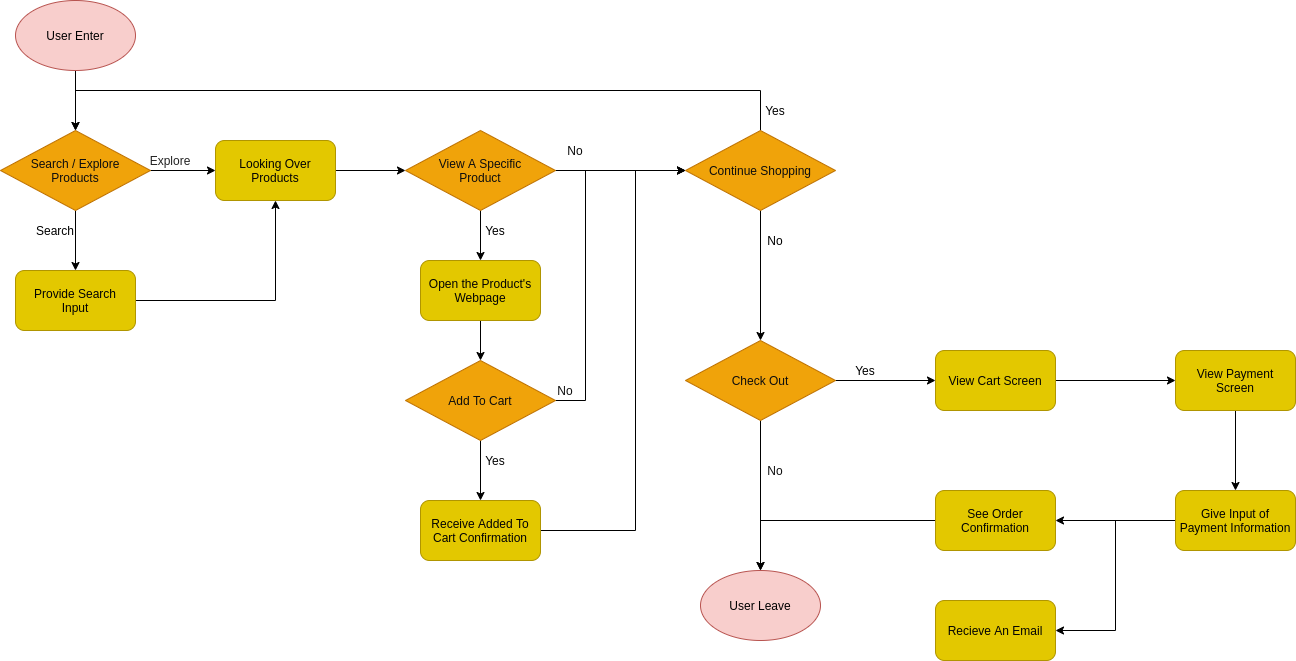
Earlier version of the draw.io export part2/part2.drawio.png (r2zheng/sp21-cse110-lab4). Source tidied: cells renumbered, new cells last; positions are measured from the earlier drawing's top-left corner, leaving out a move shared by most shapes. Its diagram source:
```xml
<mxGraphModel background="#FFFFFF">
  <root>
    <mxCell id="0" />
    <mxCell id="1" parent="0" />
    <mxCell id="2" style="edgeStyle=orthogonalEdgeStyle;rounded=0;jettySize=auto;html=1;exitX=0.5;exitY=1;exitDx=0;exitDy=0;entryX=0.5;entryY=0;entryDx=0;entryDy=0;fontColor=#0D0D0D;" parent="1" edge="1" source="3" target="7">
      <mxGeometry relative="1" as="geometry" />
    </mxCell>
    <mxCell id="3" value="User Enter" style="ellipse;whiteSpace=wrap;html=1;fillColor=#f8cecc;strokeColor=#b85450;fontColor=#000000;" parent="1" vertex="1">
      <mxGeometry x="15" width="120" height="70" as="geometry" />
    </mxCell>
    <mxCell id="4" value="User Leave" style="ellipse;whiteSpace=wrap;html=1;fillColor=#f8cecc;strokeColor=#b85450;fontColor=#000000;" parent="1" vertex="1">
      <mxGeometry x="700" y="570" width="120" height="70" as="geometry" />
    </mxCell>
    <mxCell id="5" style="edgeStyle=orthogonalEdgeStyle;rounded=0;jettySize=auto;html=1;exitX=0.5;exitY=1;exitDx=0;exitDy=0;fontColor=#030303;" parent="1" edge="1" source="7" target="9">
      <mxGeometry relative="1" as="geometry" />
    </mxCell>
    <mxCell id="6" style="edgeStyle=orthogonalEdgeStyle;rounded=0;jettySize=auto;html=1;exitX=1;exitY=0.5;exitDx=0;exitDy=0;entryX=0;entryY=0.5;entryDx=0;entryDy=0;fontColor=#FFFFFF;" parent="1" edge="1" source="7" target="12">
      <mxGeometry relative="1" as="geometry" />
    </mxCell>
    <mxCell id="7" value="Search / Explore&lt;br&gt;Products" style="rhombus;whiteSpace=wrap;html=1;fillColor=#f0a30a;strokeColor=#BD7000;fontColor=#0D0D0D;" parent="1" vertex="1">
      <mxGeometry y="130" width="150" height="80" as="geometry" />
    </mxCell>
    <mxCell id="8" style="edgeStyle=orthogonalEdgeStyle;rounded=0;jettySize=auto;html=1;exitX=1;exitY=0.5;exitDx=0;exitDy=0;entryX=0.5;entryY=1;entryDx=0;entryDy=0;fontColor=#FFFFFF;" parent="1" edge="1" source="9" target="12">
      <mxGeometry relative="1" as="geometry" />
    </mxCell>
    <mxCell id="9" value="Provide Search&lt;br&gt;Input" style="rounded=1;whiteSpace=wrap;html=1;fillColor=#e3c800;strokeColor=#B09500;fontColor=#030303;" parent="1" vertex="1">
      <mxGeometry x="15" y="270" width="120" height="60" as="geometry" />
    </mxCell>
    <mxCell id="10" value="Search" style="text;html=1;strokeColor=none;fillColor=none;align=center;verticalAlign=middle;whiteSpace=wrap;rounded=0;fontColor=#000000;" parent="1" vertex="1">
      <mxGeometry x="35" y="220" width="40" height="20" as="geometry" />
    </mxCell>
    <mxCell id="11" style="edgeStyle=orthogonalEdgeStyle;rounded=0;jettySize=auto;html=1;exitX=1;exitY=0.5;exitDx=0;exitDy=0;entryX=0;entryY=0.5;entryDx=0;entryDy=0;fontColor=#FFFFFF;" parent="1" edge="1" source="12" target="16">
      <mxGeometry relative="1" as="geometry" />
    </mxCell>
    <mxCell id="12" value="Looking Over&lt;br&gt;Products" style="rounded=1;whiteSpace=wrap;html=1;fillColor=#e3c800;strokeColor=#B09500;fontColor=#030303;" parent="1" vertex="1">
      <mxGeometry x="215" y="140" width="120" height="60" as="geometry" />
    </mxCell>
    <mxCell id="13" value="Explore" style="text;html=1;strokeColor=none;fillColor=none;align=center;verticalAlign=middle;whiteSpace=wrap;rounded=0;fontColor=#242424;" parent="1" vertex="1">
      <mxGeometry x="150" y="150" width="40" height="20" as="geometry" />
    </mxCell>
    <mxCell id="14" style="edgeStyle=orthogonalEdgeStyle;rounded=0;jettySize=auto;html=1;exitX=0.5;exitY=1;exitDx=0;exitDy=0;fontColor=#FFFFFF;" parent="1" edge="1" source="16" target="21">
      <mxGeometry relative="1" as="geometry" />
    </mxCell>
    <mxCell id="15" style="edgeStyle=orthogonalEdgeStyle;rounded=0;jettySize=auto;html=1;exitX=1;exitY=0.5;exitDx=0;exitDy=0;entryX=0;entryY=0.5;entryDx=0;entryDy=0;fontColor=#FFFFFF;" parent="1" edge="1" source="16" target="25">
      <mxGeometry relative="1" as="geometry" />
    </mxCell>
    <mxCell id="16" value="View A Specific&lt;br&gt;Product" style="rhombus;whiteSpace=wrap;html=1;fillColor=#f0a30a;strokeColor=#BD7000;fontColor=#0D0D0D;" parent="1" vertex="1">
      <mxGeometry x="405" y="130" width="150" height="80" as="geometry" />
    </mxCell>
    <mxCell id="17" style="edgeStyle=orthogonalEdgeStyle;rounded=0;jettySize=auto;html=1;exitX=1;exitY=0.5;exitDx=0;exitDy=0;fontColor=#FFFFFF;" parent="1" edge="1" source="19">
      <mxGeometry relative="1" as="geometry">
        <mxPoint x="685" y="170" as="targetPoint" />
        <Array as="points">
          <mxPoint x="585" y="400" />
          <mxPoint x="585" y="170" />
        </Array>
      </mxGeometry>
    </mxCell>
    <mxCell id="18" style="edgeStyle=orthogonalEdgeStyle;rounded=0;jettySize=auto;html=1;exitX=0.5;exitY=1;exitDx=0;exitDy=0;entryX=0.5;entryY=0;entryDx=0;entryDy=0;fontColor=#FFFFFF;" parent="1" edge="1" source="19" target="28">
      <mxGeometry relative="1" as="geometry" />
    </mxCell>
    <mxCell id="19" value="Add To Cart" style="rhombus;whiteSpace=wrap;html=1;fillColor=#f0a30a;strokeColor=#BD7000;fontColor=#0D0D0D;" parent="1" vertex="1">
      <mxGeometry x="405" y="360" width="150" height="80" as="geometry" />
    </mxCell>
    <mxCell id="20" style="edgeStyle=orthogonalEdgeStyle;rounded=0;jettySize=auto;html=1;exitX=0.5;exitY=1;exitDx=0;exitDy=0;entryX=0.5;entryY=0;entryDx=0;entryDy=0;fontColor=#FFFFFF;" parent="1" edge="1" source="21" target="19">
      <mxGeometry relative="1" as="geometry" />
    </mxCell>
    <mxCell id="21" value="Open the Product's&lt;br&gt;Webpage" style="rounded=1;whiteSpace=wrap;html=1;fillColor=#e3c800;strokeColor=#B09500;fontColor=#030303;" parent="1" vertex="1">
      <mxGeometry x="420" y="260" width="120" height="60" as="geometry" />
    </mxCell>
    <mxCell id="22" value="Yes" style="text;html=1;strokeColor=none;fillColor=none;align=center;verticalAlign=middle;whiteSpace=wrap;rounded=0;fontColor=#000000;" parent="1" vertex="1">
      <mxGeometry x="475" y="220" width="40" height="20" as="geometry" />
    </mxCell>
    <mxCell id="23" style="edgeStyle=orthogonalEdgeStyle;rounded=0;jettySize=auto;html=1;exitX=0.5;exitY=1;exitDx=0;exitDy=0;entryX=0.5;entryY=0;entryDx=0;entryDy=0;fontColor=#FFFFFF;" parent="1" edge="1" source="25" target="33">
      <mxGeometry relative="1" as="geometry" />
    </mxCell>
    <mxCell id="24" style="edgeStyle=orthogonalEdgeStyle;rounded=0;jettySize=auto;html=1;exitX=0.5;exitY=0;exitDx=0;exitDy=0;fontColor=#FFFFFF;entryX=0.5;entryY=0;entryDx=0;entryDy=0;" parent="1" edge="1" source="25" target="7">
      <mxGeometry relative="1" as="geometry">
        <Array as="points">
          <mxPoint x="760" y="90" />
          <mxPoint x="75" y="90" />
        </Array>
      </mxGeometry>
    </mxCell>
    <mxCell id="25" value="Continue Shopping" style="rhombus;whiteSpace=wrap;html=1;fillColor=#f0a30a;strokeColor=#BD7000;fontColor=#0D0D0D;" parent="1" vertex="1">
      <mxGeometry x="685" y="130" width="150" height="80" as="geometry" />
    </mxCell>
    <mxCell id="26" value="No" style="text;html=1;strokeColor=none;fillColor=none;align=center;verticalAlign=middle;whiteSpace=wrap;rounded=0;fontColor=#0F0F0F;" parent="1" vertex="1">
      <mxGeometry x="545" y="380" width="40" height="20" as="geometry" />
    </mxCell>
    <mxCell id="27" style="edgeStyle=orthogonalEdgeStyle;rounded=0;jettySize=auto;html=1;exitX=1;exitY=0.5;exitDx=0;exitDy=0;fontColor=#FFFFFF;" parent="1" edge="1" source="28">
      <mxGeometry relative="1" as="geometry">
        <mxPoint x="685" y="170" as="targetPoint" />
        <Array as="points">
          <mxPoint x="635" y="530" />
          <mxPoint x="635" y="170" />
        </Array>
      </mxGeometry>
    </mxCell>
    <mxCell id="28" value="Receive Added To&lt;br&gt;Cart Confirmation" style="rounded=1;whiteSpace=wrap;html=1;fillColor=#e3c800;strokeColor=#B09500;fontColor=#030303;" parent="1" vertex="1">
      <mxGeometry x="420" y="500" width="120" height="60" as="geometry" />
    </mxCell>
    <mxCell id="29" value="Yes" style="text;html=1;strokeColor=none;fillColor=none;align=center;verticalAlign=middle;whiteSpace=wrap;rounded=0;fontColor=#050505;" parent="1" vertex="1">
      <mxGeometry x="475" y="450" width="40" height="20" as="geometry" />
    </mxCell>
    <mxCell id="30" value="No" style="text;html=1;strokeColor=none;fillColor=none;align=center;verticalAlign=middle;whiteSpace=wrap;rounded=0;fontColor=#0A0A0A;" parent="1" vertex="1">
      <mxGeometry x="555" y="140" width="40" height="20" as="geometry" />
    </mxCell>
    <mxCell id="31" style="edgeStyle=orthogonalEdgeStyle;rounded=0;jettySize=auto;html=1;entryX=0.5;entryY=0;entryDx=0;entryDy=0;fontColor=#FFFFFF;" parent="1" edge="1" source="33" target="4">
      <mxGeometry relative="1" as="geometry" />
    </mxCell>
    <mxCell id="32" style="edgeStyle=orthogonalEdgeStyle;rounded=0;jettySize=auto;html=1;exitX=1;exitY=0.5;exitDx=0;exitDy=0;entryX=0;entryY=0.5;entryDx=0;entryDy=0;fontColor=#FFFFFF;" parent="1" edge="1" source="33" target="38">
      <mxGeometry relative="1" as="geometry" />
    </mxCell>
    <mxCell id="33" value="Check Out" style="rhombus;whiteSpace=wrap;html=1;fillColor=#f0a30a;strokeColor=#BD7000;fontColor=#0D0D0D;" parent="1" vertex="1">
      <mxGeometry x="685" y="340" width="150" height="80" as="geometry" />
    </mxCell>
    <mxCell id="34" value="No" style="text;html=1;strokeColor=none;fillColor=none;align=center;verticalAlign=middle;whiteSpace=wrap;rounded=0;fontColor=#000000;" parent="1" vertex="1">
      <mxGeometry x="755" y="230" width="40" height="20" as="geometry" />
    </mxCell>
    <mxCell id="35" value="No" style="text;html=1;strokeColor=none;fillColor=none;align=center;verticalAlign=middle;whiteSpace=wrap;rounded=0;fontColor=#0F0F0F;" parent="1" vertex="1">
      <mxGeometry x="755" y="460" width="40" height="20" as="geometry" />
    </mxCell>
    <mxCell id="36" value="Yes" style="text;html=1;strokeColor=none;fillColor=none;align=center;verticalAlign=middle;whiteSpace=wrap;rounded=0;fontColor=#030303;" parent="1" vertex="1">
      <mxGeometry x="755" y="100" width="40" height="20" as="geometry" />
    </mxCell>
    <mxCell id="37" style="edgeStyle=orthogonalEdgeStyle;rounded=0;jettySize=auto;html=1;exitX=1;exitY=0.5;exitDx=0;exitDy=0;entryX=0;entryY=0.5;entryDx=0;entryDy=0;fontColor=#FFFFFF;" parent="1" edge="1" source="38" target="41">
      <mxGeometry relative="1" as="geometry" />
    </mxCell>
    <mxCell id="38" value="View Cart Screen" style="rounded=1;whiteSpace=wrap;html=1;fillColor=#e3c800;strokeColor=#B09500;fontColor=#030303;" parent="1" vertex="1">
      <mxGeometry x="935" y="350" width="120" height="60" as="geometry" />
    </mxCell>
    <mxCell id="39" value="Yes" style="text;html=1;strokeColor=none;fillColor=none;align=center;verticalAlign=middle;whiteSpace=wrap;rounded=0;fontColor=#000000;" parent="1" vertex="1">
      <mxGeometry x="845" y="360" width="40" height="20" as="geometry" />
    </mxCell>
    <mxCell id="40" style="edgeStyle=orthogonalEdgeStyle;rounded=0;jettySize=auto;html=1;exitX=0.5;exitY=1;exitDx=0;exitDy=0;entryX=0.5;entryY=0;entryDx=0;entryDy=0;fontColor=#FFFFFF;" parent="1" edge="1" source="41" target="44">
      <mxGeometry relative="1" as="geometry" />
    </mxCell>
    <mxCell id="41" value="View Payment&lt;br&gt;Screen" style="rounded=1;whiteSpace=wrap;html=1;fillColor=#e3c800;strokeColor=#B09500;fontColor=#030303;" parent="1" vertex="1">
      <mxGeometry x="1175" y="350" width="120" height="60" as="geometry" />
    </mxCell>
    <mxCell id="42" style="edgeStyle=orthogonalEdgeStyle;rounded=0;jettySize=auto;html=1;exitX=0;exitY=0.5;exitDx=0;exitDy=0;entryX=1;entryY=0.5;entryDx=0;entryDy=0;fontColor=#FFFFFF;" parent="1" edge="1" source="44" target="46">
      <mxGeometry relative="1" as="geometry" />
    </mxCell>
    <mxCell id="43" style="edgeStyle=orthogonalEdgeStyle;rounded=0;jettySize=auto;html=1;exitX=0;exitY=0.5;exitDx=0;exitDy=0;entryX=1;entryY=0.5;entryDx=0;entryDy=0;fontColor=#FFFFFF;" parent="1" edge="1" source="44" target="47">
      <mxGeometry relative="1" as="geometry" />
    </mxCell>
    <mxCell id="44" value="Give Input of&lt;br&gt;Payment Information" style="rounded=1;whiteSpace=wrap;html=1;fillColor=#e3c800;strokeColor=#B09500;fontColor=#030303;" parent="1" vertex="1">
      <mxGeometry x="1175" y="490" width="120" height="60" as="geometry" />
    </mxCell>
    <mxCell id="45" style="edgeStyle=orthogonalEdgeStyle;rounded=0;jettySize=auto;html=1;exitX=0;exitY=0.5;exitDx=0;exitDy=0;entryX=0.5;entryY=0;entryDx=0;entryDy=0;fontColor=#FFFFFF;" parent="1" edge="1" source="46" target="4">
      <mxGeometry relative="1" as="geometry" />
    </mxCell>
    <mxCell id="46" value="See Order&lt;br&gt;Confirmation" style="rounded=1;whiteSpace=wrap;html=1;fillColor=#e3c800;strokeColor=#B09500;fontColor=#030303;" parent="1" vertex="1">
      <mxGeometry x="935" y="490" width="120" height="60" as="geometry" />
    </mxCell>
    <mxCell id="47" value="Recieve An Email" style="rounded=1;whiteSpace=wrap;html=1;fillColor=#e3c800;strokeColor=#B09500;fontColor=#030303;" parent="1" vertex="1">
      <mxGeometry x="935" y="600" width="120" height="60" as="geometry" />
    </mxCell>
  </root>
</mxGraphModel>
```
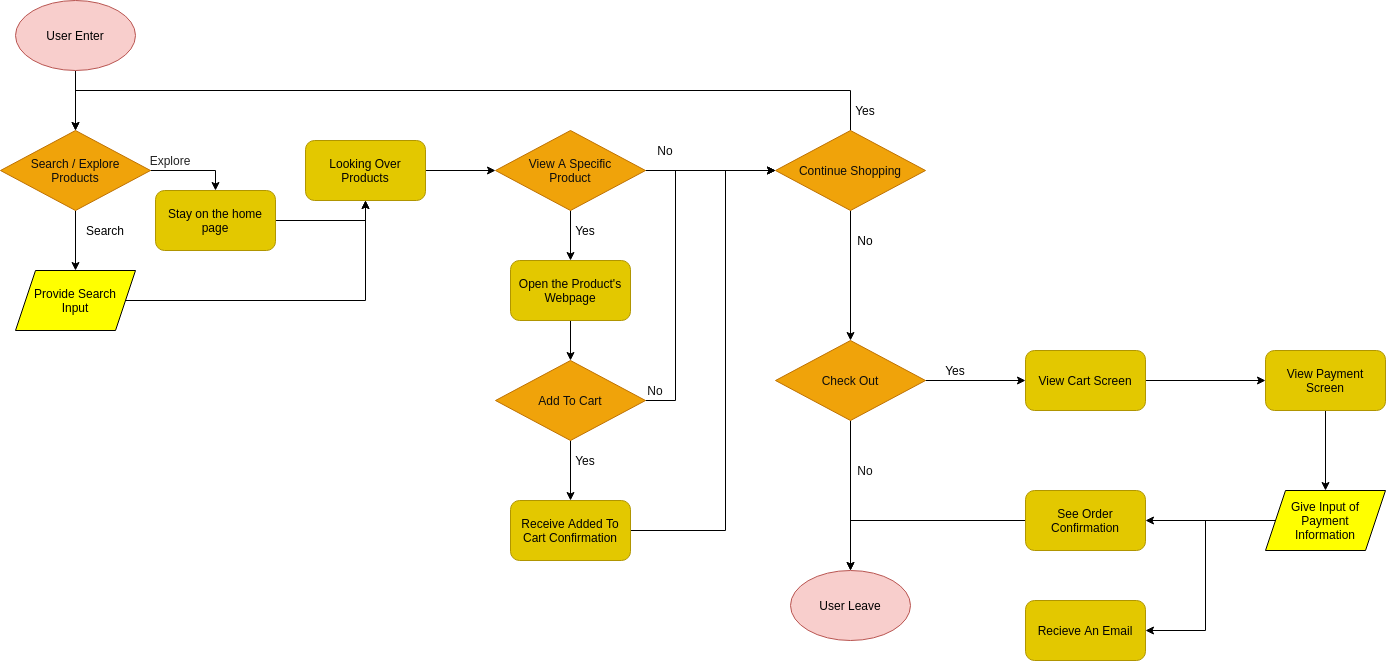
The same file after the commit.

What changed in the source:
```diff
@@ -1,4 +1,4 @@
-<mxGraphModel background="#FFFFFF">
+<mxGraphModel>
   <root>
     <mxCell id="0" />
     <mxCell id="1" parent="0" />
@@ -6,28 +6,25 @@
       <mxGeometry relative="1" as="geometry" />
     </mxCell>
     <mxCell id="3" value="User Enter" style="ellipse;whiteSpace=wrap;html=1;fillColor=#f8cecc;strokeColor=#b85450;fontColor=#000000;" parent="1" vertex="1">
-      <mxGeometry x="15" width="120" height="70" as="geometry" />
+      <mxGeometry x="-75" width="120" height="70" as="geometry" />
     </mxCell>
     <mxCell id="4" value="User Leave" style="ellipse;whiteSpace=wrap;html=1;fillColor=#f8cecc;strokeColor=#b85450;fontColor=#000000;" parent="1" vertex="1">
       <mxGeometry x="700" y="570" width="120" height="70" as="geometry" />
     </mxCell>
-    <mxCell id="5" style="edgeStyle=orthogonalEdgeStyle;rounded=0;jettySize=auto;html=1;exitX=0.5;exitY=1;exitDx=0;exitDy=0;fontColor=#030303;" parent="1" edge="1" source="7" target="9">
+    <mxCell id="5" style="edgeStyle=orthogonalEdgeStyle;rounded=0;jettySize=auto;html=1;exitX=0.5;exitY=1;exitDx=0;exitDy=0;fontColor=#030303;entryX=0.5;entryY=0;entryDx=0;entryDy=0;" parent="1" edge="1" source="7" target="9">
       <mxGeometry relative="1" as="geometry" />
     </mxCell>
-    <mxCell id="6" style="edgeStyle=orthogonalEdgeStyle;rounded=0;jettySize=auto;html=1;exitX=1;exitY=0.5;exitDx=0;exitDy=0;entryX=0;entryY=0.5;entryDx=0;entryDy=0;fontColor=#FFFFFF;" parent="1" edge="1" source="7" target="12">
-      <mxGeometry relative="1" as="geometry" />
-    </mxCell>
+    <mxCell id="48" style="edgeStyle=orthogonalEdgeStyle;rounded=0;jettySize=auto;html=1;exitX=1;exitY=0.5;exitDx=0;exitDy=0;entryX=0.5;entryY=0;entryDx=0;entryDy=0;fontColor=#030303;" parent="1" edge="1" source="7" target="50">
+      <mxGeometry relative="1" as="geometry" />
+    </mxCell>
     <mxCell id="7" value="Search / Explore&lt;br&gt;Products" style="rhombus;whiteSpace=wrap;html=1;fillColor=#f0a30a;strokeColor=#BD7000;fontColor=#0D0D0D;" parent="1" vertex="1">
-      <mxGeometry y="130" width="150" height="80" as="geometry" />
+      <mxGeometry x="-90" y="130" width="150" height="80" as="geometry" />
     </mxCell>
     <mxCell id="8" style="edgeStyle=orthogonalEdgeStyle;rounded=0;jettySize=auto;html=1;exitX=1;exitY=0.5;exitDx=0;exitDy=0;entryX=0.5;entryY=1;entryDx=0;entryDy=0;fontColor=#FFFFFF;" parent="1" edge="1" source="9" target="12">
       <mxGeometry relative="1" as="geometry" />
     </mxCell>
-    <mxCell id="9" value="Provide Search&lt;br&gt;Input" style="rounded=1;whiteSpace=wrap;html=1;fillColor=#e3c800;strokeColor=#B09500;fontColor=#030303;" parent="1" vertex="1">
-      <mxGeometry x="15" y="270" width="120" height="60" as="geometry" />
-    </mxCell>
     <mxCell id="10" value="Search" style="text;html=1;strokeColor=none;fillColor=none;align=center;verticalAlign=middle;whiteSpace=wrap;rounded=0;fontColor=#000000;" parent="1" vertex="1">
-      <mxGeometry x="35" y="220" width="40" height="20" as="geometry" />
+      <mxGeometry x="-5" y="220" width="40" height="20" as="geometry" />
     </mxCell>
     <mxCell id="11" style="edgeStyle=orthogonalEdgeStyle;rounded=0;jettySize=auto;html=1;exitX=1;exitY=0.5;exitDx=0;exitDy=0;entryX=0;entryY=0.5;entryDx=0;entryDy=0;fontColor=#FFFFFF;" parent="1" edge="1" source="12" target="16">
       <mxGeometry relative="1" as="geometry" />
@@ -36,7 +33,7 @@
       <mxGeometry x="215" y="140" width="120" height="60" as="geometry" />
     </mxCell>
     <mxCell id="13" value="Explore" style="text;html=1;strokeColor=none;fillColor=none;align=center;verticalAlign=middle;whiteSpace=wrap;rounded=0;fontColor=#242424;" parent="1" vertex="1">
-      <mxGeometry x="150" y="150" width="40" height="20" as="geometry" />
+      <mxGeometry x="60" y="150" width="40" height="20" as="geometry" />
     </mxCell>
     <mxCell id="14" style="edgeStyle=orthogonalEdgeStyle;rounded=0;jettySize=auto;html=1;exitX=0.5;exitY=1;exitDx=0;exitDy=0;fontColor=#FFFFFF;" parent="1" edge="1" source="16" target="21">
       <mxGeometry relative="1" as="geometry" />
@@ -78,7 +75,7 @@
       <mxGeometry relative="1" as="geometry">
         <Array as="points">
           <mxPoint x="760" y="90" />
-          <mxPoint x="75" y="90" />
+          <mxPoint x="-15" y="90" />
         </Array>
       </mxGeometry>
     </mxCell>
@@ -133,21 +130,22 @@
     <mxCell id="39" value="Yes" style="text;html=1;strokeColor=none;fillColor=none;align=center;verticalAlign=middle;whiteSpace=wrap;rounded=0;fontColor=#000000;" parent="1" vertex="1">
       <mxGeometry x="845" y="360" width="40" height="20" as="geometry" />
     </mxCell>
-    <mxCell id="40" style="edgeStyle=orthogonalEdgeStyle;rounded=0;jettySize=auto;html=1;exitX=0.5;exitY=1;exitDx=0;exitDy=0;entryX=0.5;entryY=0;entryDx=0;entryDy=0;fontColor=#FFFFFF;" parent="1" edge="1" source="41" target="44">
-      <mxGeometry relative="1" as="geometry" />
+    <mxCell id="40" style="edgeStyle=orthogonalEdgeStyle;rounded=0;jettySize=auto;html=1;exitX=0.5;exitY=1;exitDx=0;exitDy=0;entryX=0.5;entryY=0;entryDx=0;entryDy=0;fontColor=#FFFFFF;" parent="1" edge="1" source="41">
+      <mxGeometry relative="1" as="geometry">
+        <mxPoint x="1235" y="490" as="targetPoint" />
+      </mxGeometry>
     </mxCell>
     <mxCell id="41" value="View Payment&lt;br&gt;Screen" style="rounded=1;whiteSpace=wrap;html=1;fillColor=#e3c800;strokeColor=#B09500;fontColor=#030303;" parent="1" vertex="1">
       <mxGeometry x="1175" y="350" width="120" height="60" as="geometry" />
     </mxCell>
-    <mxCell id="42" style="edgeStyle=orthogonalEdgeStyle;rounded=0;jettySize=auto;html=1;exitX=0;exitY=0.5;exitDx=0;exitDy=0;entryX=1;entryY=0.5;entryDx=0;entryDy=0;fontColor=#FFFFFF;" parent="1" edge="1" source="44" target="46">
-      <mxGeometry relative="1" as="geometry" />
+    <mxCell id="42" style="edgeStyle=orthogonalEdgeStyle;rounded=0;jettySize=auto;html=1;exitX=0;exitY=0.5;exitDx=0;exitDy=0;entryX=1;entryY=0.5;entryDx=0;entryDy=0;fontColor=#FFFFFF;" parent="1" edge="1" target="46">
+      <mxGeometry relative="1" as="geometry">
+        <mxPoint x="1175" y="520" as="sourcePoint" />
+      </mxGeometry>
     </mxCell>
     <mxCell id="43" style="edgeStyle=orthogonalEdgeStyle;rounded=0;jettySize=auto;html=1;exitX=0;exitY=0.5;exitDx=0;exitDy=0;entryX=1;entryY=0.5;entryDx=0;entryDy=0;fontColor=#FFFFFF;" parent="1" edge="1" source="44" target="47">
       <mxGeometry relative="1" as="geometry" />
     </mxCell>
-    <mxCell id="44" value="Give Input of&lt;br&gt;Payment Information" style="rounded=1;whiteSpace=wrap;html=1;fillColor=#e3c800;strokeColor=#B09500;fontColor=#030303;" parent="1" vertex="1">
-      <mxGeometry x="1175" y="490" width="120" height="60" as="geometry" />
-    </mxCell>
     <mxCell id="45" style="edgeStyle=orthogonalEdgeStyle;rounded=0;jettySize=auto;html=1;exitX=0;exitY=0.5;exitDx=0;exitDy=0;entryX=0.5;entryY=0;entryDx=0;entryDy=0;fontColor=#FFFFFF;" parent="1" edge="1" source="46" target="4">
       <mxGeometry relative="1" as="geometry" />
     </mxCell>
@@ -157,5 +155,17 @@
     <mxCell id="47" value="Recieve An Email" style="rounded=1;whiteSpace=wrap;html=1;fillColor=#e3c800;strokeColor=#B09500;fontColor=#030303;" parent="1" vertex="1">
       <mxGeometry x="935" y="600" width="120" height="60" as="geometry" />
     </mxCell>
+    <mxCell id="44" value="Give Input of&lt;br&gt;Payment&lt;br&gt;Information" style="shape=parallelogram;perimeter=parallelogramPerimeter;whiteSpace=wrap;html=1;fixedSize=1;fillColor=#FFFF00;fontColor=#030303;" parent="1" vertex="1">
+      <mxGeometry x="1175" y="490" width="120" height="60" as="geometry" />
+    </mxCell>
+    <mxCell id="9" value="Provide Search&lt;br&gt;Input" style="shape=parallelogram;perimeter=parallelogramPerimeter;whiteSpace=wrap;html=1;fixedSize=1;fillColor=#FFFF00;fontColor=#030303;" parent="1" vertex="1">
+      <mxGeometry x="-75" y="270" width="120" height="60" as="geometry" />
+    </mxCell>
+    <mxCell id="49" style="edgeStyle=orthogonalEdgeStyle;rounded=0;jettySize=auto;html=1;exitX=1;exitY=0.5;exitDx=0;exitDy=0;entryX=0.5;entryY=1;entryDx=0;entryDy=0;fontColor=#030303;" parent="1" edge="1" source="50" target="12">
+      <mxGeometry relative="1" as="geometry" />
+    </mxCell>
+    <mxCell id="50" value="Stay on the home&lt;br&gt;page" style="rounded=1;whiteSpace=wrap;html=1;fillColor=#e3c800;strokeColor=#B09500;fontColor=#030303;" parent="1" vertex="1">
+      <mxGeometry x="65" y="190" width="120" height="60" as="geometry" />
+    </mxCell>
   </root>
 </mxGraphModel>
```
